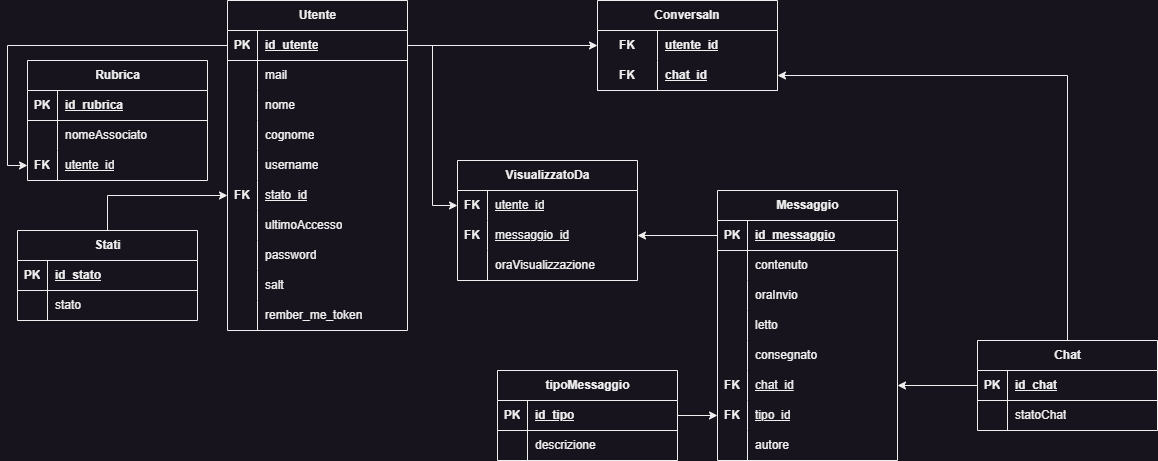
FanteyOfficial/ProgettoQuintaInformatica keeps this draw.io diagram as Readme/SchemaRelazionale.png. Above is the earlier version. Source tidied: cells renumbered, new cells last; positions are measured from the earlier drawing's top-left corner, leaving out a move shared by most shapes.
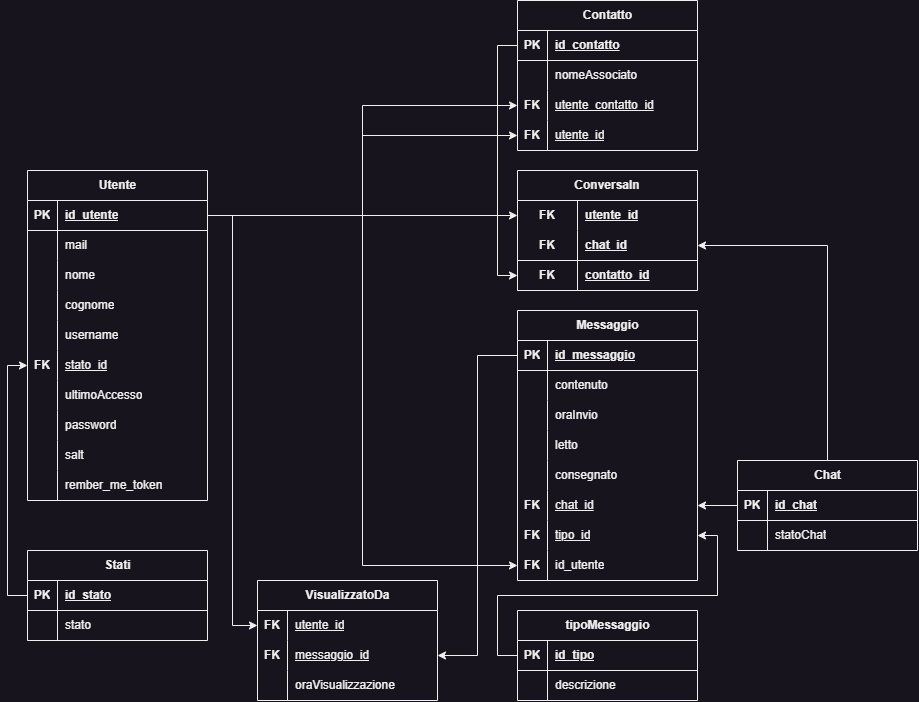
After the change.

Change to the diagram source:
```diff
@@ -96,7 +96,7 @@
       <mxGeometry x="30" width="150" height="30" as="geometry" />
     </mxCell>
     <mxCell id="33" value="ConversaIn" style="shape=table;startSize=30;rowLines=0;fontStyle=1;align=center;html=1;whiteSpace=wrap;" parent="1" vertex="1">
-      <mxGeometry x="580" width="180" height="90" as="geometry" />
+      <mxGeometry x="700" width="180" height="120" as="geometry" />
     </mxCell>
     <mxCell id="34" style="shape=tableRow;horizontal=0;startSize=0;swimlaneHead=0;swimlaneBody=0;fillColor=none;points=[[0,0.5],[1,0.5]];portConstraint=eastwest;top=0;left=0;right=0;bottom=0;html=1;" parent="33" vertex="1">
       <mxGeometry y="30" width="180" height="30" as="geometry" />
@@ -116,11 +116,20 @@
     <mxCell id="39" value="chat_id" style="shape=partialRectangle;fillColor=none;top=0;left=0;bottom=0;right=0;align=left;spacingLeft=6;fontStyle=5;overflow=hidden;html=1;whiteSpace=wrap;" parent="37" vertex="1">
       <mxGeometry x="60" width="120" height="30" as="geometry" />
     </mxCell>
+    <mxCell id="114" style="shape=tableRow;horizontal=0;startSize=0;swimlaneHead=0;swimlaneBody=0;fillColor=none;points=[[0,0.5],[1,0.5]];portConstraint=eastwest;top=0;left=0;right=0;bottom=1;html=1;" parent="33" vertex="1">
+      <mxGeometry y="90" width="180" height="30" as="geometry" />
+    </mxCell>
+    <mxCell id="115" value="FK" style="shape=partialRectangle;fillColor=none;top=0;left=0;bottom=0;right=0;fontStyle=1;overflow=hidden;html=1;whiteSpace=wrap;" parent="114" vertex="1">
+      <mxGeometry width="60" height="30" as="geometry" />
+    </mxCell>
+    <mxCell id="116" value="contatto_id" style="shape=partialRectangle;fillColor=none;top=0;left=0;bottom=0;right=0;align=left;spacingLeft=6;fontStyle=5;overflow=hidden;html=1;whiteSpace=wrap;" parent="114" vertex="1">
+      <mxGeometry x="60" width="120" height="30" as="geometry" />
+    </mxCell>
     <mxCell id="40" style="edgeStyle=orthogonalEdgeStyle;rounded=0;jettySize=auto;html=1;" parent="1" edge="1" source="41" target="37">
       <mxGeometry relative="1" as="geometry" />
     </mxCell>
     <mxCell id="41" value="Chat" style="shape=table;startSize=30;rowLines=0;fontStyle=1;align=center;html=1;" parent="1" vertex="1">
-      <mxGeometry x="960" y="340" width="180" height="90" as="geometry" />
+      <mxGeometry x="920" y="290" width="180" height="90" as="geometry" />
     </mxCell>
     <mxCell id="42" style="shape=tableRow;horizontal=0;startSize=0;swimlaneHead=0;swimlaneBody=0;fillColor=none;points=[[0,0.5],[1,0.5]];portConstraint=eastwest;top=0;left=0;right=0;bottom=1;" parent="41" vertex="1">
       <mxGeometry y="30" width="180" height="30" as="geometry" />
@@ -141,7 +150,7 @@
       <mxGeometry x="30" width="150" height="30" as="geometry" />
     </mxCell>
     <mxCell id="48" value="VisualizzatoDa" style="shape=table;startSize=30;rowLines=0;fontStyle=1;align=center;html=1;" parent="1" vertex="1">
-      <mxGeometry x="440" y="160" width="180" height="120" as="geometry" />
+      <mxGeometry x="440" y="410" width="180" height="120" as="geometry" />
     </mxCell>
     <mxCell id="49" style="shape=tableRow;horizontal=0;startSize=0;swimlaneHead=0;swimlaneBody=0;fillColor=none;points=[[0,0.5],[1,0.5]];portConstraint=eastwest;top=0;left=0;right=0;bottom=0;" parent="48" vertex="1">
       <mxGeometry y="30" width="180" height="30" as="geometry" />
@@ -171,7 +180,7 @@
       <mxGeometry x="30" width="150" height="30" as="geometry" />
     </mxCell>
     <mxCell id="58" value="Messaggio" style="shape=table;startSize=30;rowLines=0;fontStyle=1;align=center;html=1;" parent="1" vertex="1">
-      <mxGeometry x="700" y="190" width="180" height="270" as="geometry" />
+      <mxGeometry x="700" y="140" width="180" height="270" as="geometry" />
     </mxCell>
     <mxCell id="59" style="shape=tableRow;horizontal=0;startSize=0;swimlaneHead=0;swimlaneBody=0;fillColor=none;points=[[0,0.5],[1,0.5]];portConstraint=eastwest;top=0;left=0;right=0;bottom=1;" parent="58" vertex="1">
       <mxGeometry y="30" width="180" height="30" as="geometry" />
@@ -239,42 +248,12 @@
     <mxCell id="80" style="shape=tableRow;horizontal=0;startSize=0;swimlaneHead=0;swimlaneBody=0;fillColor=none;points=[[0,0.5],[1,0.5]];portConstraint=eastwest;top=0;left=0;right=0;bottom=0;" parent="58" vertex="1">
       <mxGeometry y="240" width="180" height="30" as="geometry" />
     </mxCell>
-    <mxCell id="81" style="shape=partialRectangle;fillColor=none;top=0;left=0;bottom=0;right=0;overflow=hidden;whiteSpace=wrap;html=1;" parent="80" vertex="1">
+    <mxCell id="81" value="&lt;b&gt;FK&lt;/b&gt;" style="shape=partialRectangle;fillColor=none;top=0;left=0;bottom=0;right=0;overflow=hidden;whiteSpace=wrap;html=1;" parent="80" vertex="1">
       <mxGeometry width="30" height="30" as="geometry" />
     </mxCell>
-    <mxCell id="82" value="autore" style="shape=partialRectangle;fillColor=none;top=0;left=0;bottom=0;right=0;align=left;spacingLeft=6;overflow=hidden;whiteSpace=wrap;html=1;" parent="80" vertex="1">
+    <mxCell id="82" value="id_utente" style="shape=partialRectangle;fillColor=none;top=0;left=0;bottom=0;right=0;align=left;spacingLeft=6;overflow=hidden;whiteSpace=wrap;html=1;" parent="80" vertex="1">
       <mxGeometry x="30" width="150" height="30" as="geometry" />
     </mxCell>
-    <mxCell id="83" value="Rubrica" style="shape=table;startSize=30;rowLines=0;fontStyle=1;align=center;html=1;" parent="1" vertex="1">
-      <mxGeometry x="10" y="60" width="180" height="120" as="geometry" />
-    </mxCell>
-    <mxCell id="84" style="shape=tableRow;horizontal=0;startSize=0;swimlaneHead=0;swimlaneBody=0;fillColor=none;points=[[0,0.5],[1,0.5]];portConstraint=eastwest;top=0;left=0;right=0;bottom=1;" parent="83" vertex="1">
-      <mxGeometry y="30" width="180" height="30" as="geometry" />
-    </mxCell>
-    <mxCell id="85" value="PK" style="shape=partialRectangle;fillColor=none;top=0;left=0;bottom=0;right=0;fontStyle=1;overflow=hidden;whiteSpace=wrap;html=1;" parent="84" vertex="1">
-      <mxGeometry width="30" height="30" as="geometry" />
-    </mxCell>
-    <mxCell id="86" value="id_rubrica" style="shape=partialRectangle;fillColor=none;top=0;left=0;bottom=0;right=0;align=left;spacingLeft=6;fontStyle=5;overflow=hidden;whiteSpace=wrap;html=1;" parent="84" vertex="1">
-      <mxGeometry x="30" width="150" height="30" as="geometry" />
-    </mxCell>
-    <mxCell id="87" style="shape=tableRow;horizontal=0;startSize=0;swimlaneHead=0;swimlaneBody=0;fillColor=none;top=0;left=0;right=0;bottom=0;" parent="83" vertex="1">
-      <mxGeometry y="60" width="180" height="30" as="geometry" />
-    </mxCell>
-    <mxCell id="88" style="shape=partialRectangle;fillColor=none;top=0;left=0;bottom=0;right=0;overflow=hidden;whiteSpace=wrap;html=1;" parent="87" vertex="1">
-      <mxGeometry width="30" height="30" as="geometry" />
-    </mxCell>
-    <mxCell id="89" value="nomeAssociato" style="shape=partialRectangle;fillColor=none;top=0;left=0;bottom=0;right=0;align=left;spacingLeft=6;overflow=hidden;whiteSpace=wrap;html=1;" parent="87" vertex="1">
-      <mxGeometry x="30" width="150" height="30" as="geometry" />
-    </mxCell>
-    <mxCell id="90" style="shape=tableRow;horizontal=0;startSize=0;swimlaneHead=0;swimlaneBody=0;fillColor=none;points=[[0,0.5],[1,0.5]];portConstraint=eastwest;top=0;left=0;right=0;bottom=0;" parent="83" vertex="1">
-      <mxGeometry y="90" width="180" height="30" as="geometry" />
-    </mxCell>
-    <mxCell id="91" value="&lt;b&gt;FK&lt;/b&gt;" style="shape=partialRectangle;fillColor=none;top=0;left=0;bottom=0;right=0;overflow=hidden;whiteSpace=wrap;html=1;" parent="90" vertex="1">
-      <mxGeometry width="30" height="30" as="geometry" />
-    </mxCell>
-    <mxCell id="92" value="&lt;u&gt;utente_id&lt;/u&gt;" style="shape=partialRectangle;fillColor=none;top=0;left=0;bottom=0;right=0;align=left;spacingLeft=6;overflow=hidden;whiteSpace=wrap;html=1;" parent="90" vertex="1">
-      <mxGeometry x="30" width="150" height="30" as="geometry" />
-    </mxCell>
     <mxCell id="93" style="edgeStyle=orthogonalEdgeStyle;rounded=0;jettySize=auto;html=1;" parent="1" edge="1" source="3" target="34">
       <mxGeometry relative="1" as="geometry" />
     </mxCell>
@@ -287,14 +266,8 @@
     <mxCell id="96" style="edgeStyle=orthogonalEdgeStyle;rounded=0;jettySize=auto;html=1;" parent="1" edge="1" source="3" target="49">
       <mxGeometry relative="1" as="geometry" />
     </mxCell>
-    <mxCell id="97" style="edgeStyle=orthogonalEdgeStyle;rounded=0;jettySize=auto;html=1;entryX=0;entryY=0.5;entryDx=0;entryDy=0;" parent="1" edge="1" source="3" target="90">
-      <mxGeometry relative="1" as="geometry" />
-    </mxCell>
-    <mxCell id="98" style="edgeStyle=orthogonalEdgeStyle;rounded=0;jettySize=auto;html=1;" parent="1" edge="1" source="99" target="18">
-      <mxGeometry relative="1" as="geometry" />
-    </mxCell>
     <mxCell id="99" value="Stati" style="shape=table;startSize=30;rowLines=0;fontStyle=1;align=center;html=1;" parent="1" vertex="1">
-      <mxGeometry y="230" width="180" height="90" as="geometry" />
+      <mxGeometry x="210" y="380" width="180" height="90" as="geometry" />
     </mxCell>
     <mxCell id="100" style="shape=tableRow;horizontal=0;startSize=0;swimlaneHead=0;swimlaneBody=0;fillColor=none;points=[[0,0.5],[1,0.5]];portConstraint=eastwest;top=0;left=0;right=0;bottom=1;" parent="99" vertex="1">
       <mxGeometry y="30" width="180" height="30" as="geometry" />
@@ -315,7 +288,7 @@
       <mxGeometry x="30" width="150" height="30" as="geometry" />
     </mxCell>
     <mxCell id="106" value="tipoMessaggio" style="shape=table;startSize=30;rowLines=0;fontStyle=1;align=center;html=1;" parent="1" vertex="1">
-      <mxGeometry x="480" y="370" width="180" height="90" as="geometry" />
+      <mxGeometry x="700" y="440" width="180" height="90" as="geometry" />
     </mxCell>
     <mxCell id="107" style="shape=tableRow;horizontal=0;startSize=0;swimlaneHead=0;swimlaneBody=0;fillColor=none;points=[[0,0.5],[1,0.5]];portConstraint=eastwest;top=0;left=0;right=0;bottom=1;" parent="106" vertex="1">
       <mxGeometry y="30" width="180" height="30" as="geometry" />
@@ -335,6 +308,60 @@
     <mxCell id="112" value="descrizione" style="shape=partialRectangle;fillColor=none;top=0;left=0;bottom=0;right=0;align=left;spacingLeft=6;overflow=hidden;whiteSpace=wrap;html=1;" parent="110" vertex="1">
       <mxGeometry x="30" width="150" height="30" as="geometry" />
     </mxCell>
+    <mxCell id="117" value="Contatto" style="shape=table;startSize=30;rowLines=0;fontStyle=1;align=center;html=1;" parent="1" vertex="1">
+      <mxGeometry x="700" y="-170" width="180" height="150" as="geometry" />
+    </mxCell>
+    <mxCell id="84" style="shape=tableRow;horizontal=0;startSize=0;swimlaneHead=0;swimlaneBody=0;fillColor=none;points=[[0,0.5],[1,0.5]];portConstraint=eastwest;top=0;left=0;right=0;bottom=1;" parent="117" vertex="1">
+      <mxGeometry y="30" width="180" height="30" as="geometry" />
+    </mxCell>
+    <mxCell id="85" value="PK" style="shape=partialRectangle;fillColor=none;top=0;left=0;bottom=0;right=0;fontStyle=1;overflow=hidden;whiteSpace=wrap;html=1;" parent="84" vertex="1">
+      <mxGeometry width="30" height="30" as="geometry" />
+    </mxCell>
+    <mxCell id="118" value="id_contatto" style="shape=partialRectangle;fillColor=none;top=0;left=0;bottom=0;right=0;align=left;spacingLeft=6;fontStyle=5;overflow=hidden;whiteSpace=wrap;html=1;" parent="84" vertex="1">
+      <mxGeometry x="30" width="150" height="30" as="geometry" />
+    </mxCell>
+    <mxCell id="87" style="shape=tableRow;horizontal=0;startSize=0;swimlaneHead=0;swimlaneBody=0;fillColor=none;top=0;left=0;right=0;bottom=0;" parent="117" vertex="1">
+      <mxGeometry y="60" width="180" height="30" as="geometry" />
+    </mxCell>
+    <mxCell id="88" style="shape=partialRectangle;fillColor=none;top=0;left=0;bottom=0;right=0;overflow=hidden;whiteSpace=wrap;html=1;" parent="87" vertex="1">
+      <mxGeometry width="30" height="30" as="geometry" />
+    </mxCell>
+    <mxCell id="89" value="nomeAssociato" style="shape=partialRectangle;fillColor=none;top=0;left=0;bottom=0;right=0;align=left;spacingLeft=6;overflow=hidden;whiteSpace=wrap;html=1;" parent="87" vertex="1">
+      <mxGeometry x="30" width="150" height="30" as="geometry" />
+    </mxCell>
+    <mxCell id="90" style="shape=tableRow;horizontal=0;startSize=0;swimlaneHead=0;swimlaneBody=0;fillColor=none;points=[[0,0.5],[1,0.5]];portConstraint=eastwest;top=0;left=0;right=0;bottom=0;" parent="117" vertex="1">
+      <mxGeometry y="90" width="180" height="30" as="geometry" />
+    </mxCell>
+    <mxCell id="119" value="&lt;b&gt;FK&lt;/b&gt;" style="shape=partialRectangle;fillColor=none;top=0;left=0;bottom=0;right=0;overflow=hidden;whiteSpace=wrap;html=1;" parent="90" vertex="1">
+      <mxGeometry width="30" height="30" as="geometry" />
+    </mxCell>
+    <mxCell id="120" value="&lt;u&gt;utente_contatto_id&lt;/u&gt;" style="shape=partialRectangle;fillColor=none;top=0;left=0;bottom=0;right=0;align=left;spacingLeft=6;overflow=hidden;whiteSpace=wrap;html=1;" parent="90" vertex="1">
+      <mxGeometry x="30" width="150" height="30" as="geometry" />
+    </mxCell>
+    <mxCell id="121" style="shape=tableRow;horizontal=0;startSize=0;swimlaneHead=0;swimlaneBody=0;fillColor=none;points=[[0,0.5],[1,0.5]];portConstraint=eastwest;top=0;left=0;right=0;bottom=0;" parent="117" vertex="1">
+      <mxGeometry y="120" width="180" height="30" as="geometry" />
+    </mxCell>
+    <mxCell id="122" value="&lt;b&gt;FK&lt;/b&gt;" style="shape=partialRectangle;fillColor=none;top=0;left=0;bottom=0;right=0;overflow=hidden;whiteSpace=wrap;html=1;" parent="121" vertex="1">
+      <mxGeometry width="30" height="30" as="geometry" />
+    </mxCell>
+    <mxCell id="92" value="&lt;u&gt;utente_id&lt;/u&gt;" style="shape=partialRectangle;fillColor=none;top=0;left=0;bottom=0;right=0;align=left;spacingLeft=6;overflow=hidden;whiteSpace=wrap;html=1;" parent="121" vertex="1">
+      <mxGeometry x="30" width="150" height="30" as="geometry" />
+    </mxCell>
+    <mxCell id="97" style="edgeStyle=orthogonalEdgeStyle;rounded=0;jettySize=auto;html=1;" parent="1" edge="1" source="3" target="90">
+      <mxGeometry relative="1" as="geometry" />
+    </mxCell>
+    <mxCell id="123" style="edgeStyle=orthogonalEdgeStyle;rounded=0;jettySize=auto;html=1;" parent="1" edge="1" source="3" target="121">
+      <mxGeometry relative="1" as="geometry" />
+    </mxCell>
+    <mxCell id="124" style="edgeStyle=orthogonalEdgeStyle;rounded=0;jettySize=auto;html=1;entryX=0;entryY=0.5;entryDx=0;entryDy=0;" parent="1" edge="1" source="84" target="114">
+      <mxGeometry relative="1" as="geometry" />
+    </mxCell>
+    <mxCell id="125" style="edgeStyle=orthogonalEdgeStyle;rounded=0;jettySize=auto;html=1;" parent="1" edge="1" source="3" target="80">
+      <mxGeometry relative="1" as="geometry" />
+    </mxCell>
+    <mxCell id="126" style="edgeStyle=orthogonalEdgeStyle;rounded=0;jettySize=auto;html=1;entryX=0;entryY=0.5;entryDx=0;entryDy=0;" parent="1" edge="1" source="100" target="18">
+      <mxGeometry relative="1" as="geometry" />
+    </mxCell>
     <mxCell id="113" style="edgeStyle=orthogonalEdgeStyle;rounded=0;jettySize=auto;html=1;" parent="1" edge="1" source="107" target="77">
       <mxGeometry relative="1" as="geometry" />
     </mxCell>
```
